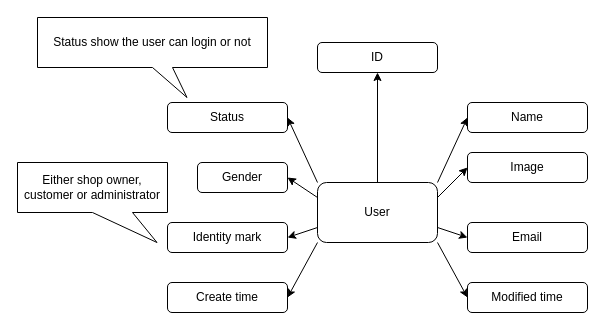
This is page "Person Info" (2 of 2) of Entities.drawio from ProJBH/full_stack_web_design, a draw.io file, before an edit. Source tidied: cells renumbered, new cells numbered last; positions are measured from the earlier drawing's top-left corner, leaving out a move shared by most shapes. Both pictures are drawn from the tidied source at 100%, with x=0, y=0 at pixel (17, 17).
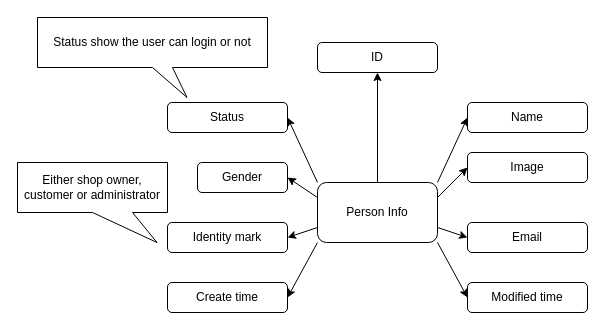
After the change.

Diff of the diagram source:
```diff
@@
-    <mxCell id="2" value="User" style="rounded=1;whiteSpace=wrap;html=1;" parent="1" vertex="1">
+    <mxCell id="2" value="Person Info" style="rounded=1;whiteSpace=wrap;html=1;" parent="1" vertex="1">
       <mxGeometry x="300" y="165" width="120" height="60" as="geometry" />
     </mxCell>
```
